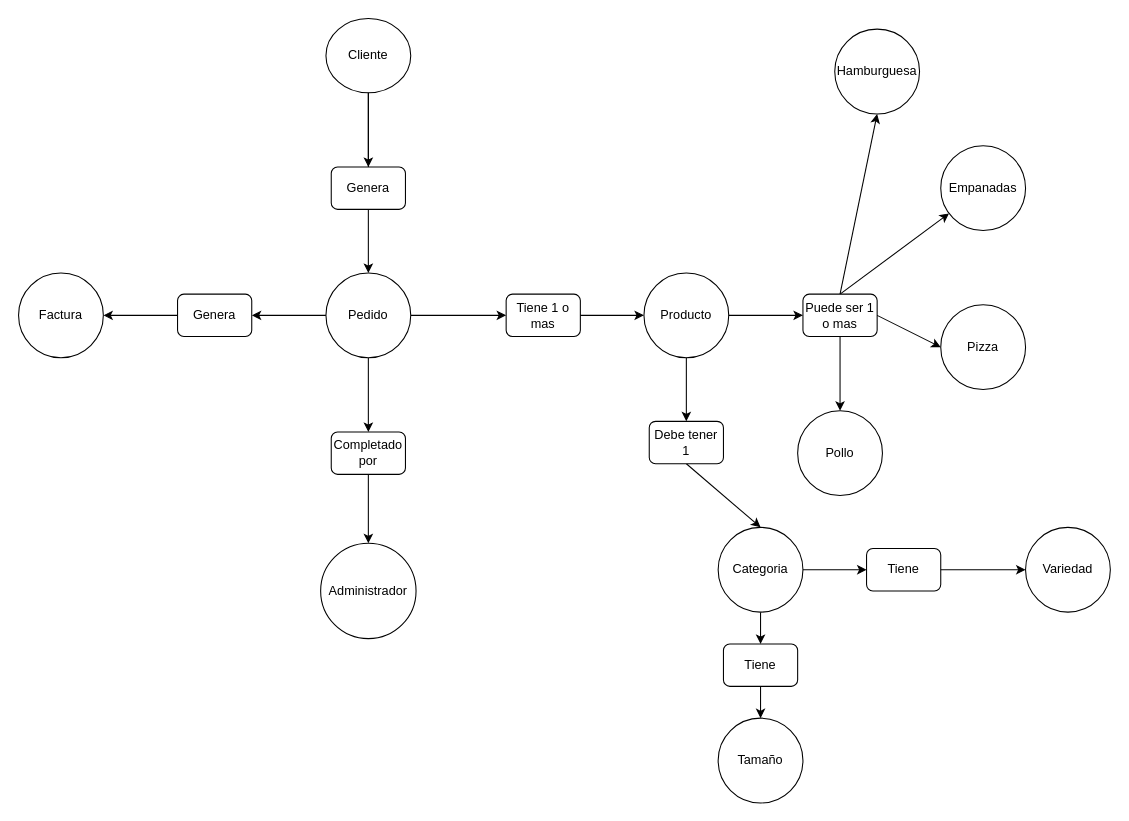
Before: Delivery.drawio in RailGun15/Programacion3-UTN, a draw.io diagram. Source tidied: cells renumbered, new cells numbered last; positions are measured from the earlier drawing's top-left corner, leaving out a move shared by most shapes. Both pictures are drawn from the tidied source at 106%, with x=0, y=0 at pixel (18, 18).
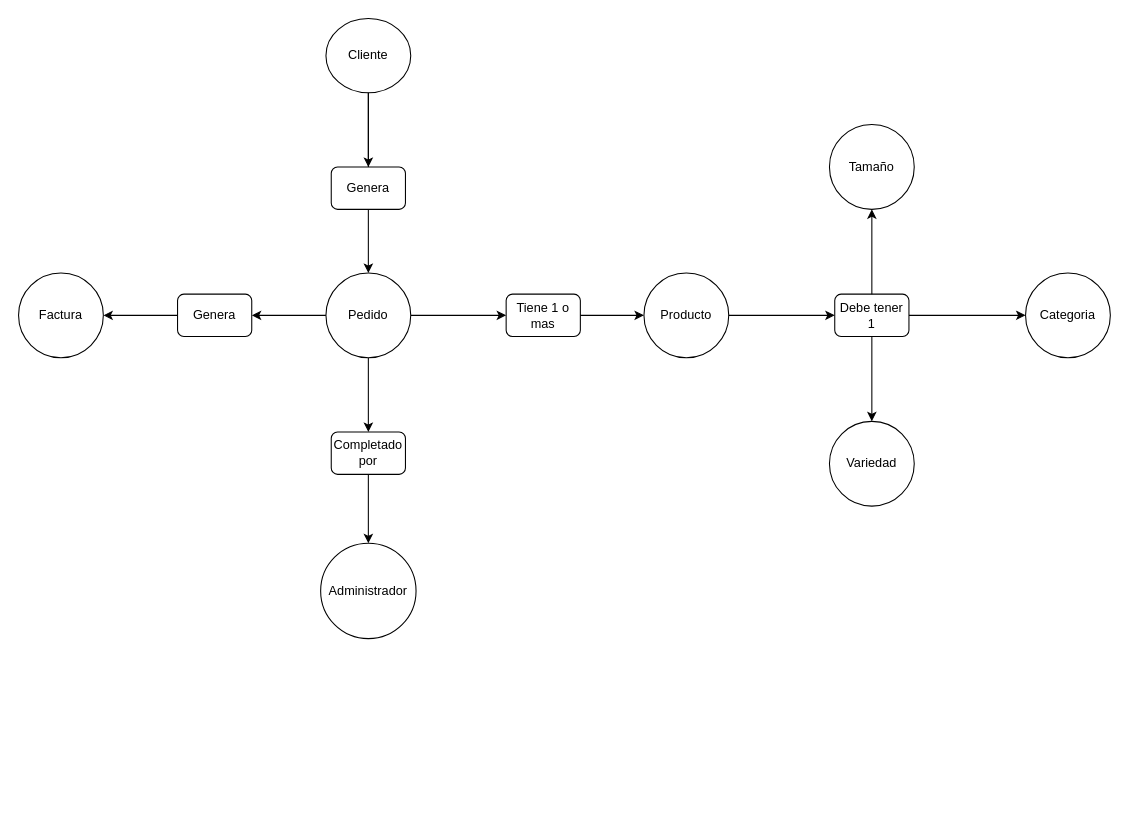
The same page after the edit.

The change refers to these unchanged cells:
```xml
<mxCell id="24" value="Producto" style="ellipse;whiteSpace=wrap;html=1;" parent="1" vertex="1">
  <mxGeometry x="590" y="240" width="80" height="80" as="geometry" />
</mxCell>
```

Diff of the diagram source:
```diff
@@
-    <mxCell id="11" style="rounded=0;jettySize=auto;html=1;entryX=0.5;entryY=1;entryDx=0;entryDy=0;exitX=0.5;exitY=0;exitDx=0;exitDy=0;" parent="1" edge="1" source="26" target="22">
-      <mxGeometry relative="1" as="geometry" />
-    </mxCell>
@@
-    <mxCell id="13" value="Pizza" style="ellipse;whiteSpace=wrap;html=1;" parent="1" vertex="1">
-      <mxGeometry x="870" y="270" width="80" height="80" as="geometry" />
-    </mxCell>
-    <mxCell id="14" style="edgeStyle=none;rounded=0;jettySize=auto;html=1;entryX=0.5;entryY=0;entryDx=0;entryDy=0;startArrow=classic;startFill=1;endArrow=none;endFill=0;" parent="1" edge="1" source="15" target="26">
-      <mxGeometry relative="1" as="geometry" />
-    </mxCell>
-    <mxCell id="15" value="Empanadas" style="ellipse;whiteSpace=wrap;html=1;" parent="1" vertex="1">
-      <mxGeometry x="870" y="120" width="80" height="80" as="geometry" />
-    </mxCell>
@@
-    <mxCell id="22" value="Hamburguesa" style="ellipse;whiteSpace=wrap;html=1;" parent="1" vertex="1">
-      <mxGeometry x="770" y="10" width="80" height="80" as="geometry" />
-    </mxCell>
-    <mxCell id="23" value="Pollo" style="ellipse;whiteSpace=wrap;html=1;" parent="1" vertex="1">
-      <mxGeometry x="735" y="370" width="80" height="80" as="geometry" />
-    </mxCell>
@@
-    <mxCell id="26" value="Puede ser 1 o mas" style="rounded=1;whiteSpace=wrap;html=1;" parent="1" vertex="1">
-      <mxGeometry x="740" y="260" width="70" height="40" as="geometry" />
-    </mxCell>
-    <mxCell id="27" style="edgeStyle=none;rounded=0;jettySize=auto;html=1;entryX=0;entryY=0.5;entryDx=0;entryDy=0;exitX=1;exitY=0.5;exitDx=0;exitDy=0;" parent="1" edge="1" source="26" target="13">
-      <mxGeometry relative="1" as="geometry" />
-    </mxCell>
-    <mxCell id="28" style="edgeStyle=none;rounded=0;jettySize=auto;html=1;entryX=0.5;entryY=0;entryDx=0;entryDy=0;exitX=0.5;exitY=1;exitDx=0;exitDy=0;" parent="1" edge="1" source="26" target="23">
-      <mxGeometry relative="1" as="geometry" />
-    </mxCell>
-    <mxCell id="29" value="Tiene" style="rounded=1;whiteSpace=wrap;html=1;" parent="1" vertex="1">
-      <mxGeometry x="800" y="500" width="70" height="40" as="geometry" />
-    </mxCell>
-    <mxCell id="30" style="rounded=0;jettySize=auto;html=1;entryX=0;entryY=0.5;entryDx=0;entryDy=0;exitX=1;exitY=0.5;exitDx=0;exitDy=0;" parent="1" edge="1" source="37" target="29">
-      <mxGeometry relative="1" as="geometry" />
-    </mxCell>
     <mxCell id="31" value="Variedad" style="ellipse;whiteSpace=wrap;html=1;" parent="1" vertex="1">
-      <mxGeometry x="950" y="480" width="80" height="80" as="geometry" />
+      <mxGeometry x="765" y="380" width="80" height="80" as="geometry" />
     </mxCell>
-    <mxCell id="32" style="rounded=0;jettySize=auto;html=1;entryX=0;entryY=0.5;entryDx=0;entryDy=0;exitX=1;exitY=0.5;exitDx=0;exitDy=0;" parent="1" edge="1" source="29" target="31">
+    <mxCell id="32" style="rounded=0;jettySize=auto;html=1;entryX=0.5;entryY=0;entryDx=0;entryDy=0;exitX=0.5;exitY=1;exitDx=0;exitDy=0;" parent="1" edge="1" source="40" target="31">
       <mxGeometry relative="1" as="geometry" />
     </mxCell>
-    <mxCell id="33" value="Tiene" style="rounded=1;whiteSpace=wrap;html=1;" parent="1" vertex="1">
-      <mxGeometry x="665" y="590" width="70" height="40" as="geometry" />
-    </mxCell>
     <mxCell id="34" value="Tamaño" style="ellipse;whiteSpace=wrap;html=1;" parent="1" vertex="1">
-      <mxGeometry x="660" y="660" width="80" height="80" as="geometry" />
+      <mxGeometry x="765" y="100" width="80" height="80" as="geometry" />
     </mxCell>
-    <mxCell id="35" style="edgeStyle=none;rounded=0;jettySize=auto;html=1;entryX=0.5;entryY=0;entryDx=0;entryDy=0;exitX=0.5;exitY=1;exitDx=0;exitDy=0;" parent="1" edge="1" source="37" target="33">
-      <mxGeometry relative="1" as="geometry" />
-    </mxCell>
-    <mxCell id="36" style="edgeStyle=none;rounded=0;jettySize=auto;html=1;entryX=0.5;entryY=0;entryDx=0;entryDy=0;exitX=0.5;exitY=1;exitDx=0;exitDy=0;" parent="1" edge="1" source="33" target="34">
-      <mxGeometry relative="1" as="geometry" />
-    </mxCell>
     <mxCell id="37" value="Categoria" style="ellipse;whiteSpace=wrap;html=1;" parent="1" vertex="1">
-      <mxGeometry x="660" y="480" width="80" height="80" as="geometry" />
+      <mxGeometry x="950" y="240" width="80" height="80" as="geometry" />
     </mxCell>
-    <mxCell id="38" style="edgeStyle=none;rounded=0;jettySize=auto;html=1;entryX=0;entryY=0.5;entryDx=0;entryDy=0;exitX=1;exitY=0.5;exitDx=0;exitDy=0;" parent="1" edge="1" source="24" target="26">
-      <mxGeometry relative="1" as="geometry" />
-    </mxCell>
-    <mxCell id="39" style="endArrow=classic;html=1;exitX=0.5;exitY=1;exitDx=0;exitDy=0;entryX=0.5;entryY=0;entryDx=0;entryDy=0;" parent="1" edge="1" source="40" target="37">
+    <mxCell id="39" style="endArrow=classic;html=1;exitX=1;exitY=0.5;exitDx=0;exitDy=0;entryX=0;entryY=0.5;entryDx=0;entryDy=0;" parent="1" edge="1" source="40" target="37">
       <mxGeometry relative="1" as="geometry" />
     </mxCell>
     <mxCell id="40" value="Debe tener 1" style="rounded=1;whiteSpace=wrap;html=1;" parent="1" vertex="1">
-      <mxGeometry x="595" y="380" width="70" height="40" as="geometry" />
+      <mxGeometry x="770" y="260" width="70" height="40" as="geometry" />
     </mxCell>
-    <mxCell id="41" style="endArrow=classic;html=1;exitX=0.5;exitY=1;exitDx=0;exitDy=0;entryX=0.5;entryY=0;entryDx=0;entryDy=0;" parent="1" edge="1" source="24" target="40">
+    <mxCell id="41" style="endArrow=classic;html=1;exitX=1;exitY=0.5;exitDx=0;exitDy=0;entryX=0;entryY=0.5;entryDx=0;entryDy=0;" parent="1" edge="1" source="24" target="40">
       <mxGeometry relative="1" as="geometry" />
     </mxCell>
+    <mxCell id="42" style="rounded=0;jettySize=auto;html=1;entryX=0.5;entryY=1;entryDx=0;entryDy=0;exitX=0.5;exitY=0;exitDx=0;exitDy=0;" parent="1" edge="1" source="40" target="34">
+      <mxGeometry relative="1" as="geometry" />
+    </mxCell>
```
